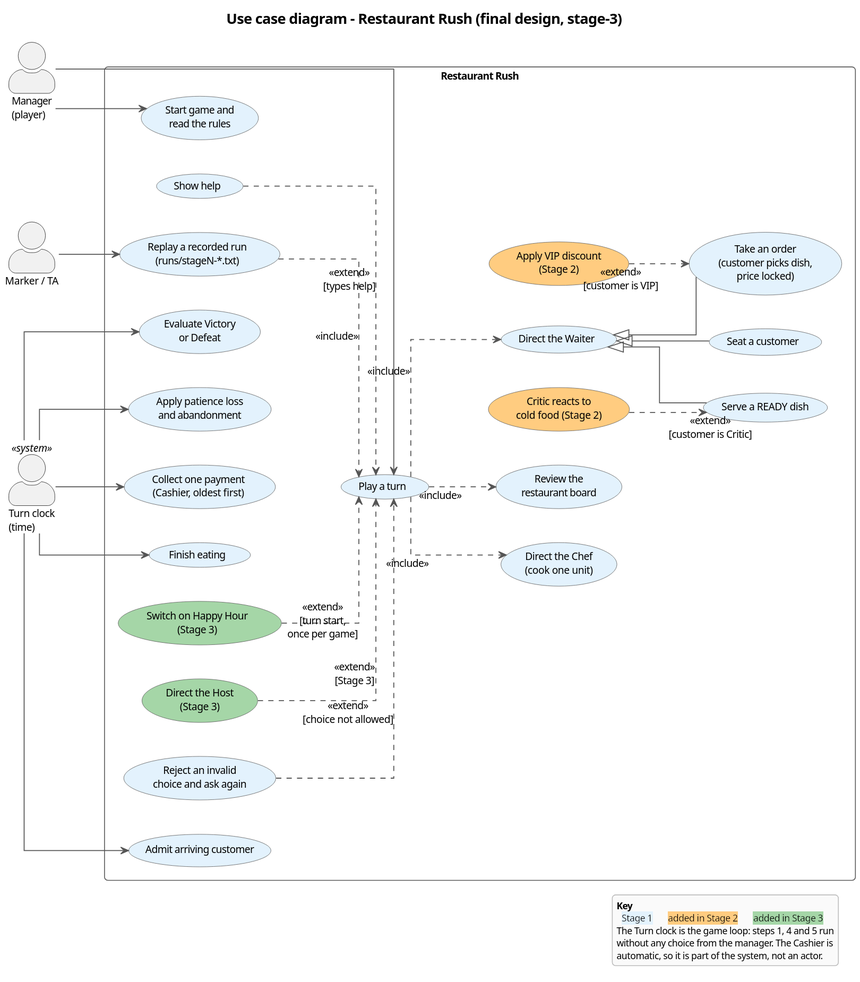
Before: docs/diagrams/usecase.svg, a diagram exported from PlantUML (SleepyBryan01/SC2002_OOP_Restaurant_Rush). Its diagram source:
```plantuml
@startuml
!include style.iuml
skinparam nodesep 40
skinparam ranksep 70
skinparam actorStyle awesome
skinparam usecase {
  BackgroundColor #E3F2FD
  BorderColor #5A5A5A
}
skinparam rectangle {
  BorderColor #5A5A5A
  FontStyle bold
}
title Use case diagram - Restaurant Rush (final design, stage-3)
left to right direction

actor "Manager\n(player)" as Manager
actor "Marker / TA" as TA
actor "Turn clock\n(time)" as Clock <<system>>

rectangle "Restaurant Rush" {
  usecase "Start game and\nread the rules" as UC_Start
  usecase "Play a turn" as UC_Turn
  usecase "Review the\nrestaurant board" as UC_Board
  usecase "Direct the Waiter" as UC_Waiter
  usecase "Seat a customer" as UC_Seat
  usecase "Take an order\n(customer picks dish,\nprice locked)" as UC_Order
  usecase "Serve a READY dish" as UC_Serve
  usecase "Direct the Chef\n(cook one unit)" as UC_Chef
  usecase "Show help" as UC_Help
  usecase "Reject an invalid\nchoice and ask again" as UC_Reject

  usecase "Critic reacts to\ncold food (Stage 2)" as UC_Critic #FFCC80
  usecase "Apply VIP discount\n(Stage 2)" as UC_VIP #FFCC80

  usecase "Direct the Host\n(Stage 3)" as UC_Host #A5D6A7
  usecase "Switch on Happy Hour\n(Stage 3)" as UC_Happy #A5D6A7

  usecase "Admit arriving customer" as UC_Arrive
  usecase "Finish eating" as UC_Eat
  usecase "Collect one payment\n(Cashier, oldest first)" as UC_Pay
  usecase "Apply patience loss\nand abandonment" as UC_Patience
  usecase "Evaluate Victory\nor Defeat" as UC_Result

  usecase "Replay a recorded run\n(runs/stageN-*.txt)" as UC_Replay
}

Manager --> UC_Start
Manager --> UC_Turn
TA --> UC_Replay

UC_Replay ..> UC_Turn : <<include>>
UC_Turn ..> UC_Board : <<include>>
UC_Turn ..> UC_Waiter : <<include>>
UC_Turn ..> UC_Chef : <<include>>
UC_Happy ..> UC_Turn : <<extend>>\n[turn start,\nonce per game]
UC_Host ..> UC_Turn : <<extend>>\n[Stage 3]
UC_Help ..> UC_Turn : <<extend>>\n[types help]
UC_Reject ..> UC_Turn : <<extend>>\n[choice not allowed]

UC_Waiter <|-- UC_Seat
UC_Waiter <|-- UC_Order
UC_Waiter <|-- UC_Serve
UC_VIP ..> UC_Order : <<extend>>\n[customer is VIP]
UC_Critic ..> UC_Serve : <<extend>>\n[customer is Critic]

Clock --> UC_Arrive
Clock --> UC_Eat
Clock --> UC_Pay
Clock --> UC_Patience
Clock --> UC_Result

legend right
  <b>Key</b>
  <back:#E3F2FD>  Stage 1  </back>  <back:#FFCC80>  added in Stage 2  </back>  <back:#A5D6A7>  added in Stage 3  </back>
  The Turn clock is the game loop: steps 1, 4 and 5 run
  without any choice from the manager. The Cashier is
  automatic, so it is part of the system, not an actor.
endlegend
@enduml
```
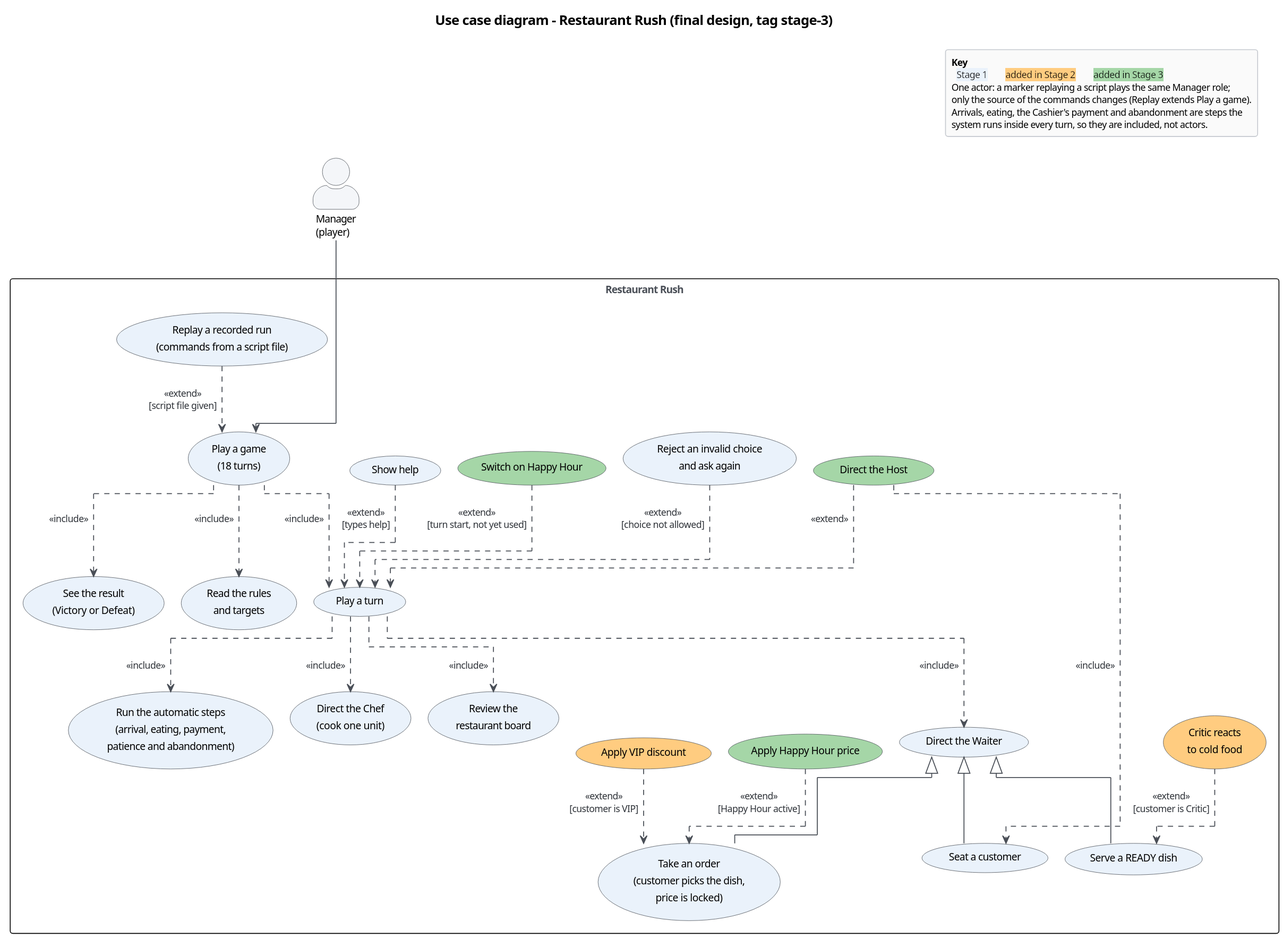
After the change.

Change to the diagram source:
```diff
@@ -1,80 +1,68 @@
 @startuml
 !include style.iuml
-skinparam nodesep 40
-skinparam ranksep 70
 skinparam actorStyle awesome
-skinparam usecase {
-  BackgroundColor #E3F2FD
-  BorderColor #5A5A5A
-}
-skinparam rectangle {
-  BorderColor #5A5A5A
-  FontStyle bold
-}
-title Use case diagram - Restaurant Rush (final design, stage-3)
+title Use case diagram - Restaurant Rush (final design, tag stage-3)
 left to right direction
 
 actor "Manager\n(player)" as Manager
-actor "Marker / TA" as TA
-actor "Turn clock\n(time)" as Clock <<system>>
 
 rectangle "Restaurant Rush" {
-  usecase "Start game and\nread the rules" as UC_Start
+  usecase "Play a game\n(18 turns)" as UC_Game
+  usecase "Replay a recorded run\n(commands from a script file)" as UC_Replay
+  usecase "Read the rules\nand targets" as UC_Rules
+  usecase "See the result\n(Victory or Defeat)" as UC_Result
+
   usecase "Play a turn" as UC_Turn
   usecase "Review the\nrestaurant board" as UC_Board
+  usecase "Run the automatic steps\n(arrival, eating, payment,\npatience and abandonment)" as UC_Auto
+  usecase "Show help" as UC_Help
+  usecase "Reject an invalid choice\nand ask again" as UC_Reject
+
   usecase "Direct the Waiter" as UC_Waiter
   usecase "Seat a customer" as UC_Seat
-  usecase "Take an order\n(customer picks dish,\nprice locked)" as UC_Order
+  usecase "Take an order\n(customer picks the dish,\nprice is locked)" as UC_Order
   usecase "Serve a READY dish" as UC_Serve
   usecase "Direct the Chef\n(cook one unit)" as UC_Chef
-  usecase "Show help" as UC_Help
-  usecase "Reject an invalid\nchoice and ask again" as UC_Reject
 
-  usecase "Critic reacts to\ncold food (Stage 2)" as UC_Critic #FFCC80
-  usecase "Apply VIP discount\n(Stage 2)" as UC_VIP #FFCC80
+  usecase "Apply VIP discount" as UC_VIP STAGE2
+  usecase "Critic reacts\nto cold food" as UC_Critic STAGE2
 
-  usecase "Direct the Host\n(Stage 3)" as UC_Host #A5D6A7
-  usecase "Switch on Happy Hour\n(Stage 3)" as UC_Happy #A5D6A7
-
-  usecase "Admit arriving customer" as UC_Arrive
-  usecase "Finish eating" as UC_Eat
-  usecase "Collect one payment\n(Cashier, oldest first)" as UC_Pay
-  usecase "Apply patience loss\nand abandonment" as UC_Patience
-  usecase "Evaluate Victory\nor Defeat" as UC_Result
-
-  usecase "Replay a recorded run\n(runs/stageN-*.txt)" as UC_Replay
+  usecase "Direct the Host" as UC_Host STAGE3
+  usecase "Switch on Happy Hour" as UC_Happy STAGE3
+  usecase "Apply Happy Hour price" as UC_HappyPrice STAGE3
 }
 
-Manager --> UC_Start
-Manager --> UC_Turn
-TA --> UC_Replay
+Manager --> UC_Game
 
-UC_Replay ..> UC_Turn : <<include>>
+UC_Game ..> UC_Rules : <<include>>
+UC_Game ..> UC_Turn : <<include>>
+UC_Game ..> UC_Result : <<include>>
+UC_Replay ..> UC_Game : <<extend>>\n[script file given]
+
 UC_Turn ..> UC_Board : <<include>>
 UC_Turn ..> UC_Waiter : <<include>>
 UC_Turn ..> UC_Chef : <<include>>
-UC_Happy ..> UC_Turn : <<extend>>\n[turn start,\nonce per game]
-UC_Host ..> UC_Turn : <<extend>>\n[Stage 3]
+UC_Turn ..> UC_Auto : <<include>>
+UC_Host ..> UC_Turn : <<extend>>
+UC_Happy ..> UC_Turn : <<extend>>\n[turn start, not yet used]
 UC_Help ..> UC_Turn : <<extend>>\n[types help]
 UC_Reject ..> UC_Turn : <<extend>>\n[choice not allowed]
 
 UC_Waiter <|-- UC_Seat
 UC_Waiter <|-- UC_Order
 UC_Waiter <|-- UC_Serve
+UC_Host ..> UC_Seat : <<include>>
+
 UC_VIP ..> UC_Order : <<extend>>\n[customer is VIP]
+UC_HappyPrice ..> UC_Order : <<extend>>\n[Happy Hour active]
 UC_Critic ..> UC_Serve : <<extend>>\n[customer is Critic]
 
-Clock --> UC_Arrive
-Clock --> UC_Eat
-Clock --> UC_Pay
-Clock --> UC_Patience
-Clock --> UC_Result
-
-legend right
+legend top right
   <b>Key</b>
-  <back:#E3F2FD>  Stage 1  </back>  <back:#FFCC80>  added in Stage 2  </back>  <back:#A5D6A7>  added in Stage 3  </back>
-  The Turn clock is the game loop: steps 1, 4 and 5 run
-  without any choice from the manager. The Cashier is
-  automatic, so it is part of the system, not an actor.
+  <back:#EAF2FB>  Stage 1  </back>   <back:#FFCC80>  added in Stage 2  </back>   <back:#A5D6A7>  added in Stage 3  </back>
+  One actor: a marker replaying a script plays the same Manager role;
+  only the source of the commands changes (Replay extends Play a game).
+  Arrivals, eating, the Cashier's payment and abandonment are steps the
+  system runs inside every turn, so they are included, not actors.
 endlegend
 @enduml
```
